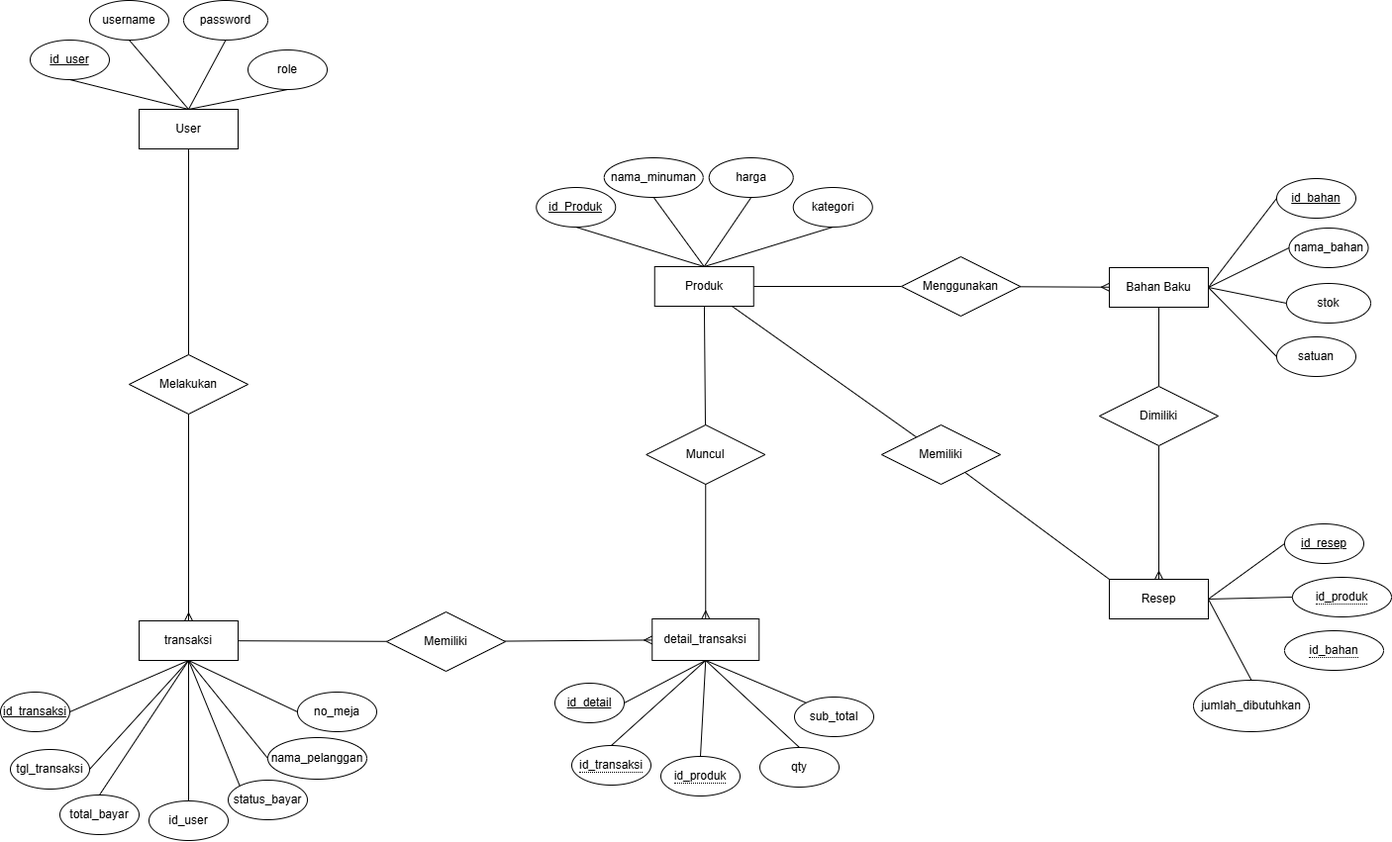
This is ERD_project_drink_store.drawio.png from DeblonZT/project_drink_store, a draw.io export, as it was before one commit. Source tidied: cells renumbered, new cells last; positions are measured from the earlier drawing's top-left corner, leaving out a move shared by most shapes.
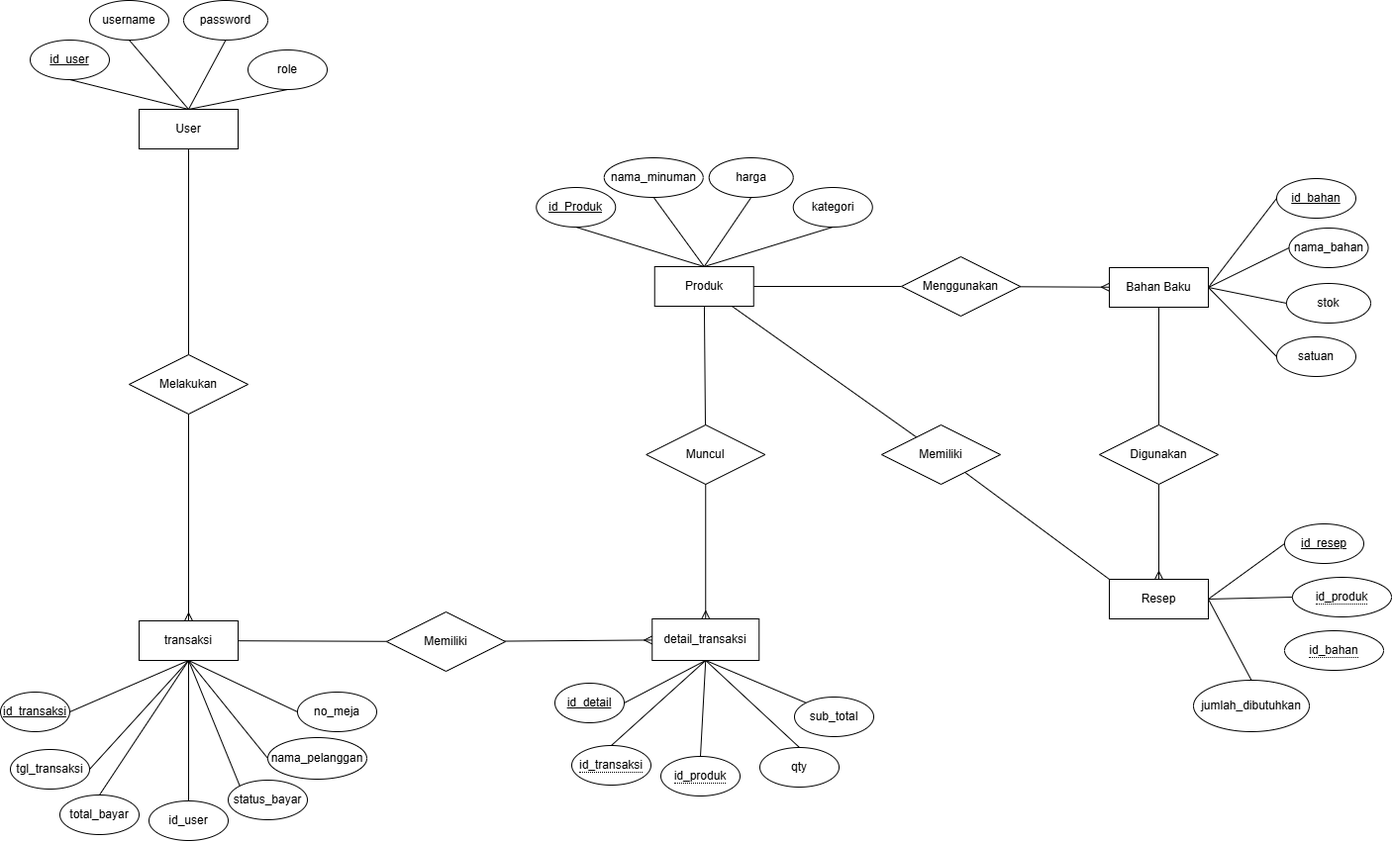
Above is the later version.

The edit, as a diff of the source:
```diff
@@ -236,8 +236,8 @@
     <mxCell id="79" style="edgeStyle=none;rounded=0;jettySize=auto;html=1;endArrow=ERmany;endFill=0;" parent="1" edge="1" source="80" target="36">
       <mxGeometry relative="1" as="geometry" />
     </mxCell>
-    <mxCell id="80" value="Dimiliki" style="rhombus;whiteSpace=wrap;html=1;" parent="1" vertex="1">
-      <mxGeometry x="1110" y="390" width="120" height="60" as="geometry" />
+    <mxCell id="80" value="Digunakan" style="rhombus;whiteSpace=wrap;html=1;" parent="1" vertex="1">
+      <mxGeometry x="1110" y="429" width="120" height="60" as="geometry" />
     </mxCell>
   </root>
 </mxGraphModel>
```
